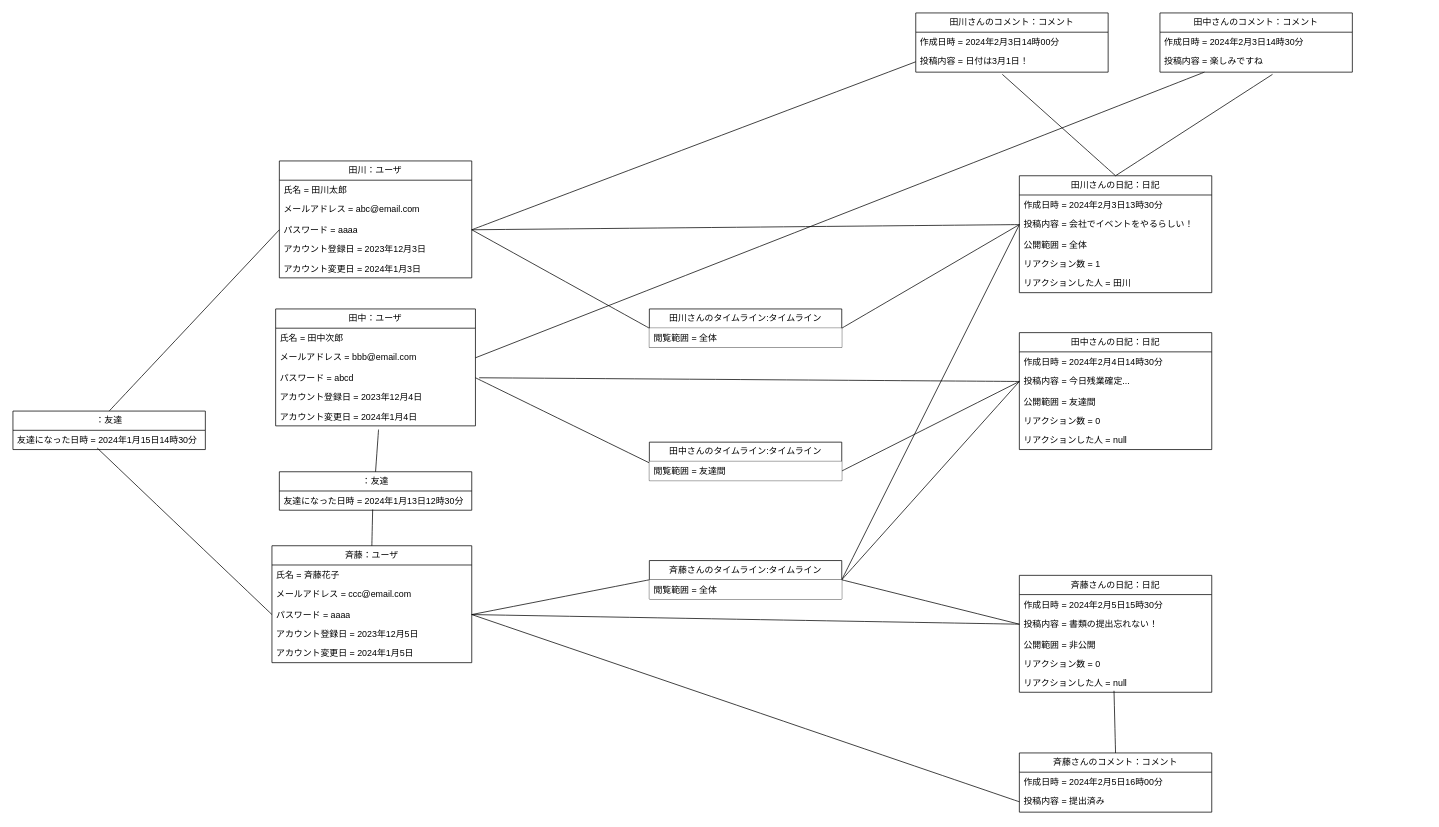
Before: 概念モデル/10_友達の日記にリアクションをする/友達の日記にリアクションをする.drawio in tawainfer/scorpio, a draw.io diagram. Source tidied: cells renumbered, new cells numbered last; positions are measured from the earlier drawing's top-left corner, leaving out a move shared by most shapes. Both pictures are drawn from the tidied source at 74%, with x=0, y=0 at pixel (13, 13).
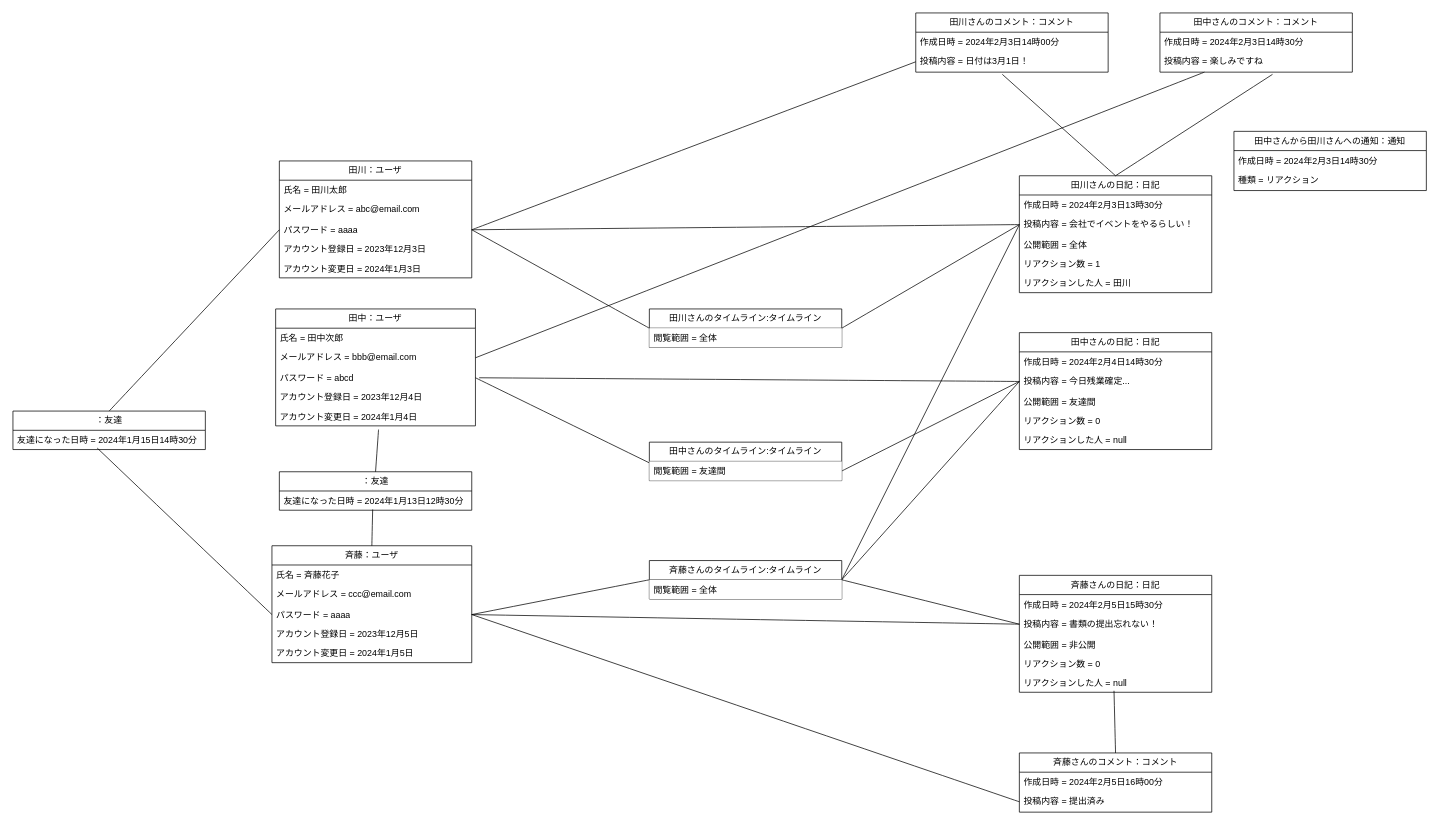
After the change.

Diff of the diagram source:
```diff
@@
+    <mxCell id="78" value="田中さんから田川さんへの通知：通知" style="swimlane;fontStyle=0;horizontal=1;startSize=26;fillColor=none;whiteSpace=wrap;html=1;" parent="1" vertex="1">
+      <mxGeometry x="1650" y="160" width="260" height="80" as="geometry" />
+    </mxCell>
+    <mxCell id="79" value="作成日時 =&amp;nbsp;2024年2月3日14時30分" style="text;strokeColor=none;fillColor=none;align=left;verticalAlign=top;spacingLeft=4;spacingRight=4;overflow=hidden;whiteSpace=wrap;html=1;" parent="78" vertex="1">
+      <mxGeometry y="26" width="260" height="26" as="geometry" />
+    </mxCell>
+    <mxCell id="80" value="種類 = リアクション" style="text;strokeColor=none;fillColor=none;align=left;verticalAlign=top;spacingLeft=4;spacingRight=4;overflow=hidden;whiteSpace=wrap;html=1;" parent="78" vertex="1">
+      <mxGeometry y="52" width="260" height="28" as="geometry" />
+    </mxCell>
```
